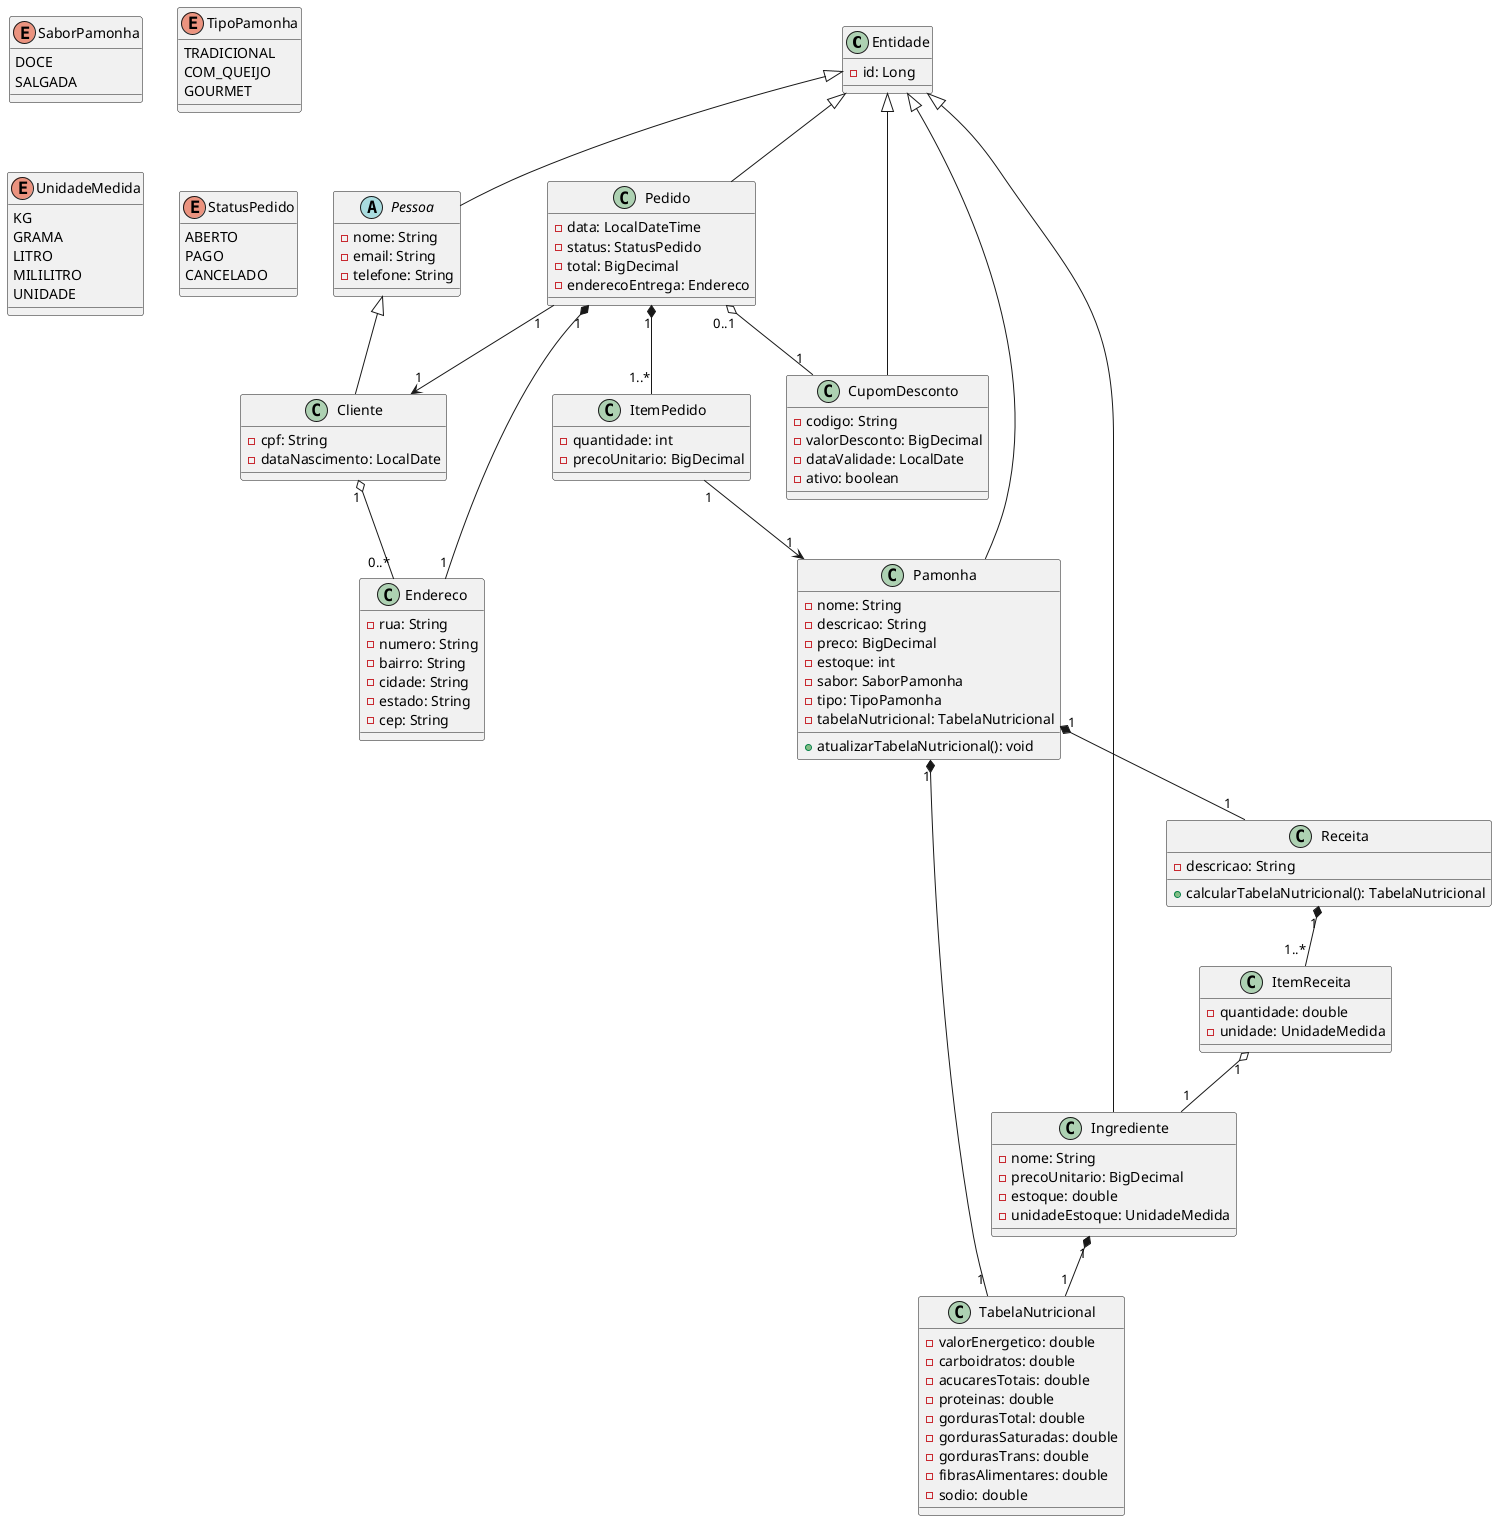
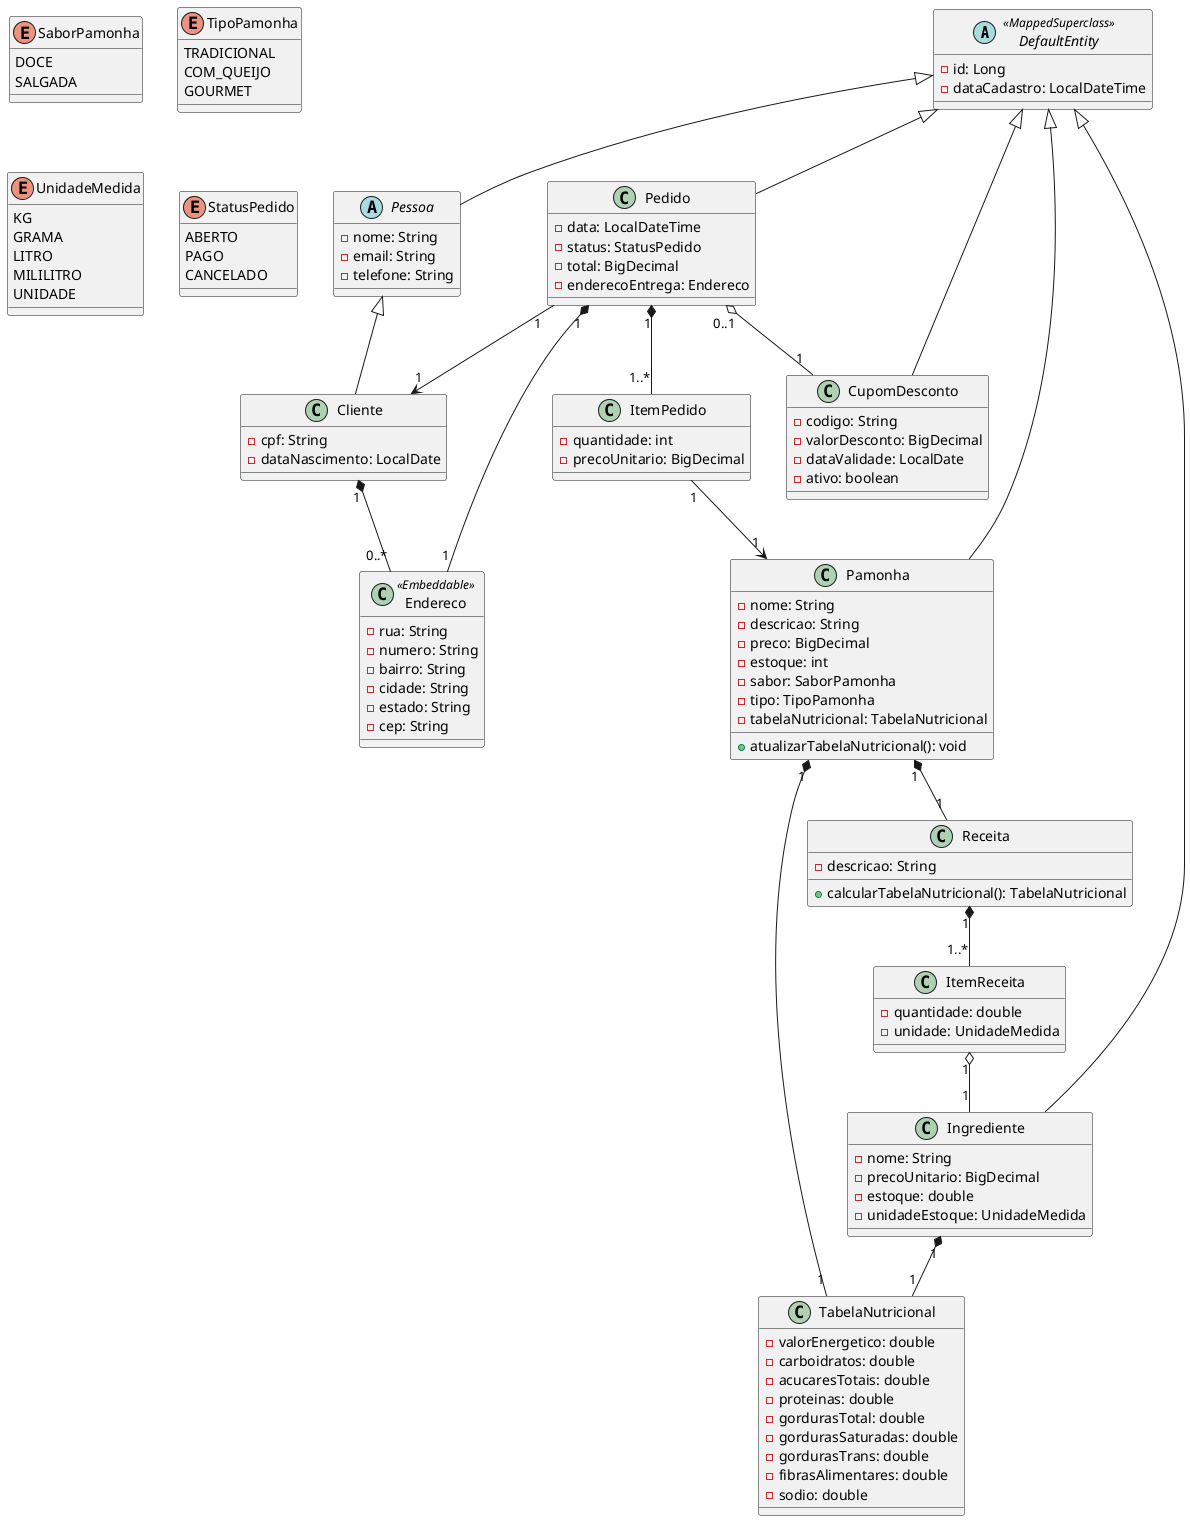
@startuml diagramaDeClasses

'========================
' BASE
'========================
- class Entidade {
+ abstract class DefaultEntity <<MappedSuperclass>> {
  -id: Long
+   -dataCadastro: LocalDateTime
}

'========================
' PESSOA / CLIENTE
'========================
abstract class Pessoa {
  -nome: String
  -email: String
  -telefone: String
}

- Entidade <|-- Pessoa
+ DefaultEntity <|-- Pessoa

class Cliente {
  -cpf: String
  -dataNascimento: LocalDate
}

Pessoa <|-- Cliente

- ' Endereco agora é embeddable
- class Endereco {
+ ' Endereco embutido (não é entidade)
+ class Endereco <<Embeddable>> {
  -rua: String
  -numero: String
  -bairro: String
  -cidade: String
  -estado: String
  -cep: String
}

- ' Cliente tem uma coleção de endereços (agregação)
- Cliente "1" o-- "0..*" Endereco
+ ' Composição (Endereco não existe sem Cliente)
+ Cliente "1" *-- "0..*" Endereco

'========================
' ENUMS
'========================
enum SaborPamonha {
  DOCE
  SALGADA
}

enum TipoPamonha {
  TRADICIONAL
  COM_QUEIJO
  GOURMET
}

enum UnidadeMedida {
  KG
  GRAMA
  LITRO
  MILILITRO
  UNIDADE
}

enum StatusPedido {
  ABERTO
  PAGO
  CANCELADO
}

'========================
' PAMONHA
'========================
class Pamonha {
  -nome: String
  -descricao: String
  -preco: BigDecimal
  -estoque: int
  -sabor: SaborPamonha
  -tipo: TipoPamonha
  -tabelaNutricional: TabelaNutricional

  +atualizarTabelaNutricional(): void
}

- Entidade <|-- Pamonha
+ DefaultEntity <|-- Pamonha

'========================
' RECEITA
'========================
class Receita {
  -descricao: String

  +calcularTabelaNutricional(): TabelaNutricional
}

Pamonha "1" *-- "1" Receita

class ItemReceita {
  -quantidade: double
  -unidade: UnidadeMedida
}

Receita "1" *-- "1..*" ItemReceita

'========================
' INGREDIENTE
'========================
class Ingrediente {
  -nome: String
  -precoUnitario: BigDecimal
  -estoque: double
  -unidadeEstoque: UnidadeMedida
}

- Entidade <|-- Ingrediente
+ DefaultEntity <|-- Ingrediente

ItemReceita "1" o-- "1" Ingrediente

'========================
' TABELA NUTRICIONAL
'========================
class TabelaNutricional {
  -valorEnergetico: double
  -carboidratos: double
  -acucaresTotais: double
  -proteinas: double
  -gordurasTotal: double
  -gordurasSaturadas: double
  -gordurasTrans: double
  -fibrasAlimentares: double
  -sodio: double
}

Ingrediente "1" *-- "1" TabelaNutricional
Pamonha "1" *-- "1" TabelaNutricional

'========================
' CUPOM
'========================
class CupomDesconto {
  -codigo: String
  -valorDesconto: BigDecimal
  -dataValidade: LocalDate
  -ativo: boolean
}

- Entidade <|-- CupomDesconto
+ DefaultEntity <|-- CupomDesconto

'========================
' PEDIDO
'========================
class Pedido {
  -data: LocalDateTime
  -status: StatusPedido
  -total: BigDecimal
  -enderecoEntrega: Endereco
}

- Entidade <|-- Pedido
+ DefaultEntity <|-- Pedido

Pedido "1" --> "1" Cliente
Pedido "1" *-- "1" Endereco
Pedido "0..1" o-- "1" CupomDesconto

class ItemPedido {
  -quantidade: int
  -precoUnitario: BigDecimal
}

Pedido "1" *-- "1..*" ItemPedido
ItemPedido "1" --> "1" Pamonha

@enduml